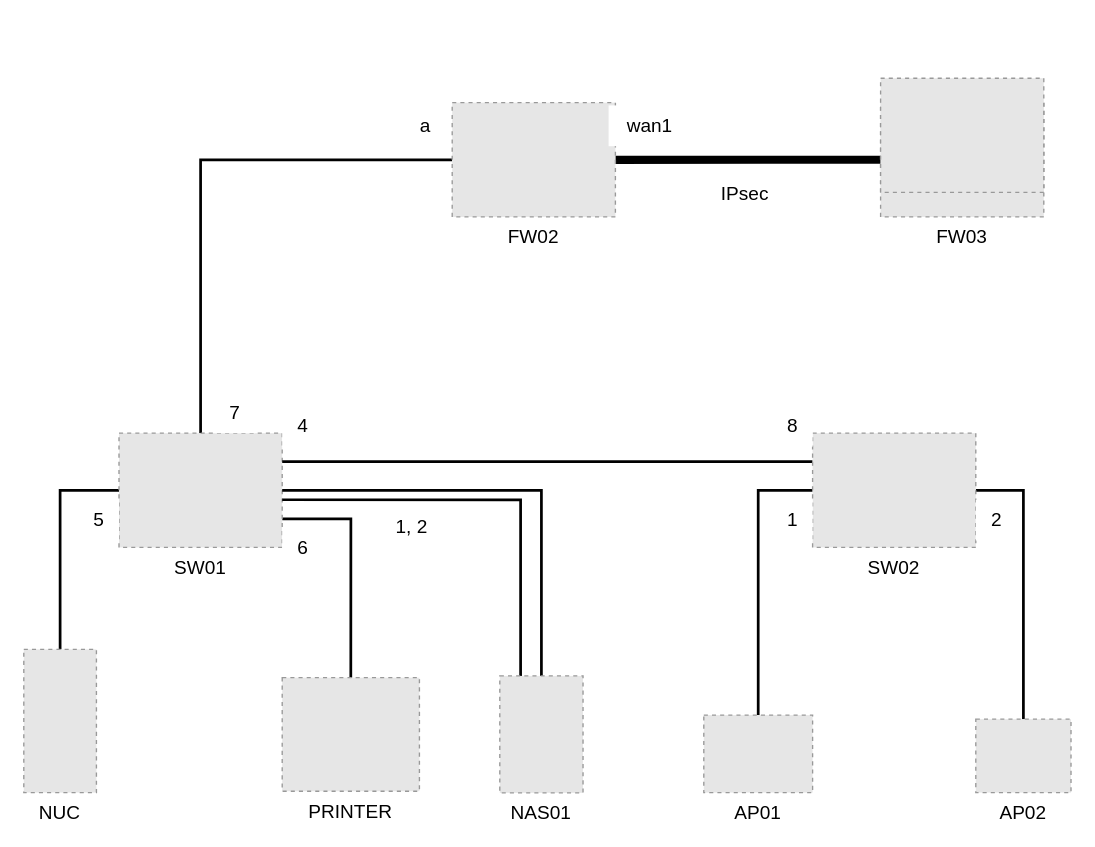
Empakt/Draw.io_Stuff keeps this draw.io diagram as Network Topology 2.drawio. Above is the earlier version. Source tidied: cells renumbered, new cells numbered last; positions are measured from the earlier drawing's top-left corner, leaving out a move shared by most shapes. Both pictures are drawn from the tidied source at 136%, with x=0, y=0 at pixel (23, 78). Pictures stored in the file or linked from it are replaced by grey dashed boxes.
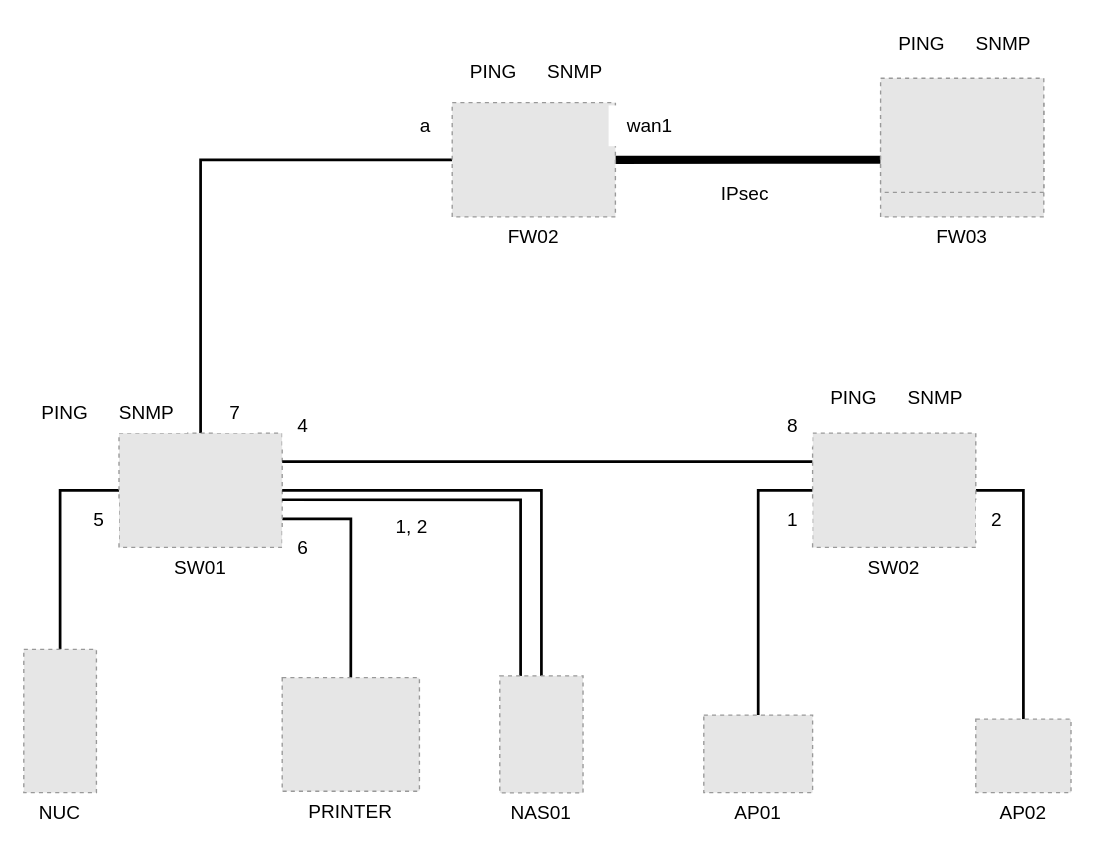
The same diagram, later.

Change to the diagram source:
```diff
@@
+    <mxCell id="32" value="PING" style="text;html=1;align=center;verticalAlign=middle;strokeColor=none;fillColor=#FFFFFF;fontSize=14;" parent="1" vertex="1">
+      <mxGeometry x="315" y="-20" width="60" height="30" as="geometry" />
+    </mxCell>
+    <mxCell id="33" value="SNMP" style="text;html=1;align=center;verticalAlign=middle;strokeColor=none;fillColor=#FFFFFF;fontSize=14;" parent="1" vertex="1">
+      <mxGeometry x="375" y="-20" width="60" height="30" as="geometry" />
+    </mxCell>
+    <mxCell id="34" value="PING" style="text;html=1;align=center;verticalAlign=middle;strokeColor=none;fillColor=#FFFFFF;fontSize=14;" parent="1" vertex="1">
+      <mxGeometry x="630" y="-40" width="60" height="30" as="geometry" />
+    </mxCell>
+    <mxCell id="35" value="SNMP" style="text;html=1;align=center;verticalAlign=middle;strokeColor=none;fillColor=#FFFFFF;fontSize=14;" parent="1" vertex="1">
+      <mxGeometry x="690" y="-40" width="60" height="30" as="geometry" />
+    </mxCell>
+    <mxCell id="36" value="PING" style="text;html=1;align=center;verticalAlign=middle;strokeColor=none;fillColor=#FFFFFF;fontSize=14;" parent="1" vertex="1">
+      <mxGeometry x="580" y="220" width="60" height="30" as="geometry" />
+    </mxCell>
+    <mxCell id="37" value="SNMP" style="text;html=1;align=center;verticalAlign=middle;strokeColor=none;fillColor=#FFFFFF;fontSize=14;" parent="1" vertex="1">
+      <mxGeometry x="640" y="220" width="60" height="30" as="geometry" />
+    </mxCell>
+    <mxCell id="38" value="PING" style="text;html=1;align=center;verticalAlign=middle;strokeColor=none;fillColor=#FFFFFF;fontSize=14;" parent="1" vertex="1">
+      <mxGeometry y="231" width="60" height="30" as="geometry" />
+    </mxCell>
+    <mxCell id="39" value="SNMP" style="text;html=1;align=center;verticalAlign=middle;strokeColor=none;fillColor=#FFFFFF;fontSize=14;" parent="1" vertex="1">
+      <mxGeometry x="60" y="231" width="60" height="30" as="geometry" />
+    </mxCell>
```
